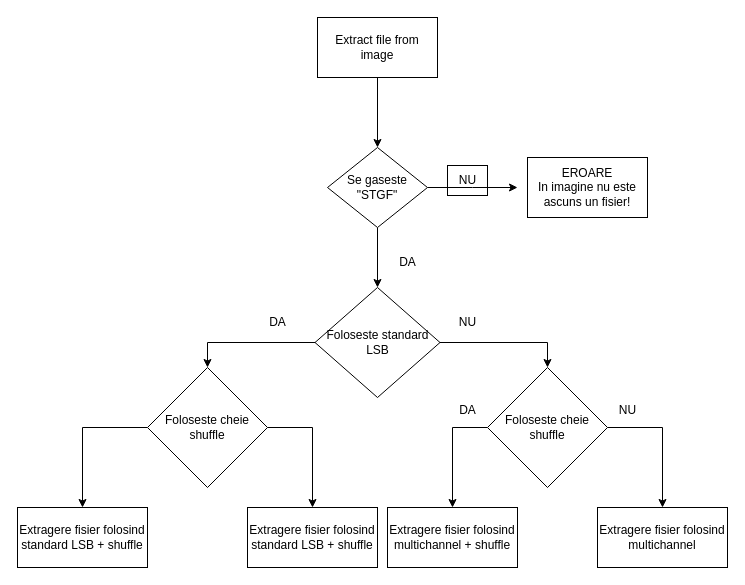
DarkD18/Aplicatie_steganografie keeps this draw.io diagram as extraction_methid_based.drawio. Above is the earlier version. Source tidied: cells renumbered, new cells numbered last; positions are measured from the earlier drawing's top-left corner, leaving out a move shared by most shapes. Both pictures are drawn from the tidied source at 100%, with x=0, y=0 at pixel (17, 17).
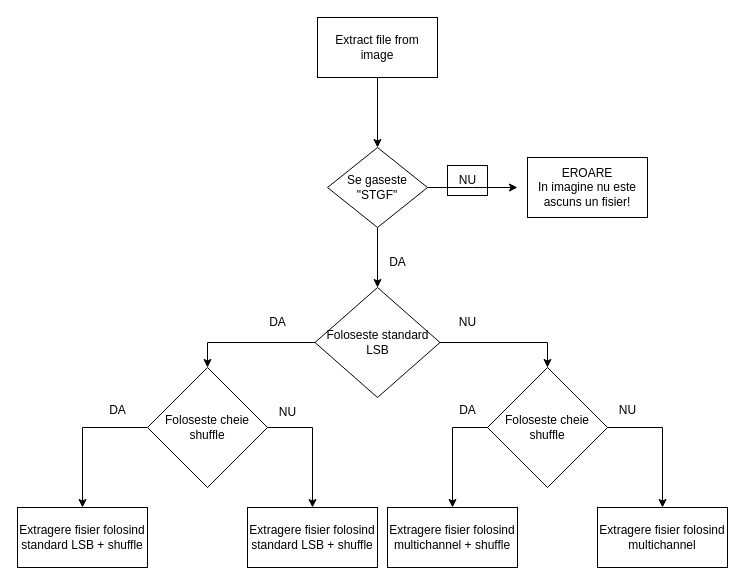
After the change.

Change to the diagram source:
```diff
@@
-    <mxCell id="9" value="DA" style="text;html=1;align=center;verticalAlign=middle;strokeColor=none;fillColor=none;" parent="1" vertex="1">
-      <mxGeometry x="370" y="230" width="40" height="30" as="geometry" />
-    </mxCell>
@@
+    <mxCell id="27" value="&lt;font style=&quot;color: light-dark(rgb(0, 0, 0), rgb(153, 153, 255));&quot;&gt;DA&lt;/font&gt;" style="text;html=1;align=center;verticalAlign=middle;strokeColor=none;fillColor=none;" parent="1" vertex="1">
+      <mxGeometry x="80" y="378" width="40" height="30" as="geometry" />
+    </mxCell>
+    <mxCell id="28" value="&lt;font style=&quot;color: light-dark(rgb(0, 0, 0), rgb(153, 153, 255));&quot;&gt;NU&lt;/font&gt;" style="text;html=1;align=center;verticalAlign=middle;strokeColor=none;fillColor=none;" parent="1" vertex="1">
+      <mxGeometry x="250" y="380" width="40" height="30" as="geometry" />
+    </mxCell>
+    <mxCell id="29" value="&lt;font style=&quot;color: light-dark(rgb(0, 0, 0), rgb(153, 153, 255));&quot;&gt;DA&lt;/font&gt;" style="text;html=1;align=center;verticalAlign=middle;strokeColor=none;fillColor=none;" parent="1" vertex="1">
+      <mxGeometry x="360" y="230" width="40" height="30" as="geometry" />
+    </mxCell>
```
